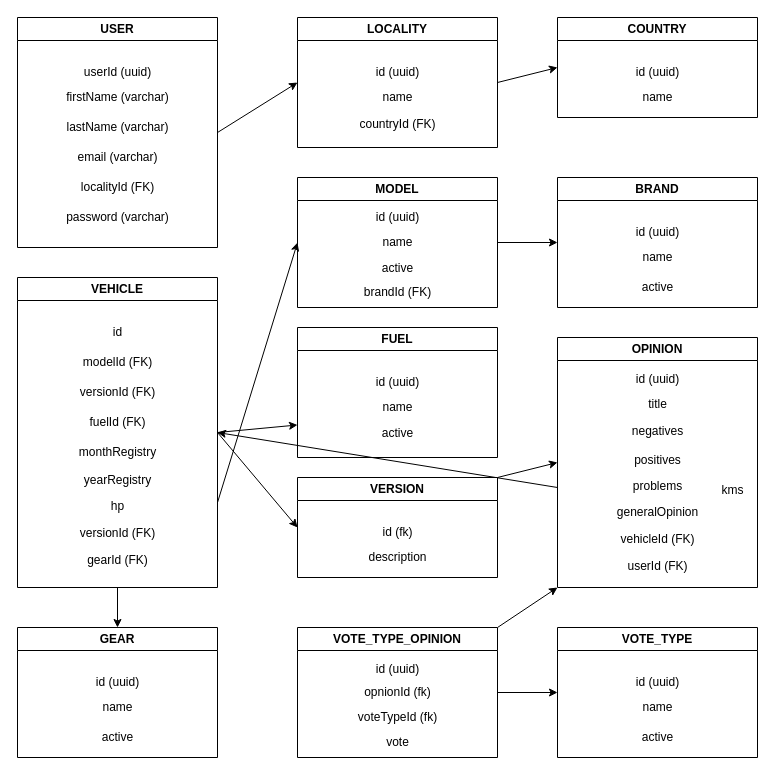
Before: concept/register.drawio in alvesa/vehicles-backend, a draw.io diagram. Source tidied: cells renumbered, new cells numbered last; positions are measured from the earlier drawing's top-left corner, leaving out a move shared by most shapes. Both pictures are drawn from the tidied source at 100%, with x=0, y=0 at pixel (17, 17).
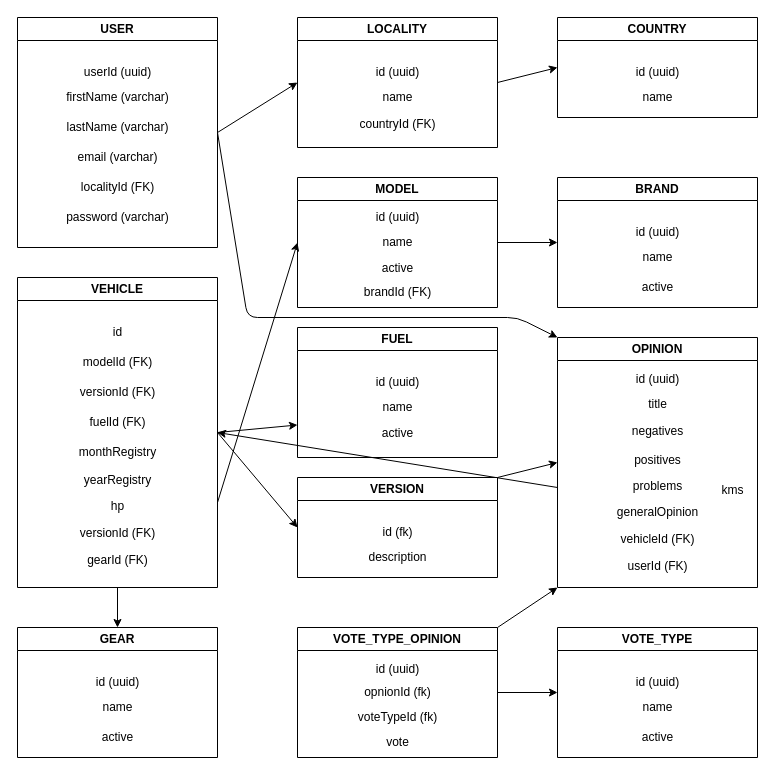
The same page after the edit.

Unchanged cells that the change refers to:
```xml
<mxCell id="23" value="USER" style="swimlane;whiteSpace=wrap;html=1;" parent="1" vertex="1">
  <mxGeometry width="200" height="230" as="geometry" />
</mxCell>
<mxCell id="47" value="OPINION" style="swimlane;whiteSpace=wrap;html=1;" parent="1" vertex="1">
  <mxGeometry x="540" y="320" width="200" height="250" as="geometry" />
</mxCell>
```

What changed in the source:
```diff
@@
+    <mxCell id="76" style="edgeStyle=none;html=1;exitX=1;exitY=0.5;exitDx=0;exitDy=0;entryX=0;entryY=0;entryDx=0;entryDy=0;" parent="1" edge="1" source="23" target="47">
+      <mxGeometry relative="1" as="geometry">
+        <Array as="points">
+          <mxPoint x="230" y="300" />
+          <mxPoint x="500" y="300" />
+        </Array>
+      </mxGeometry>
+    </mxCell>
```
